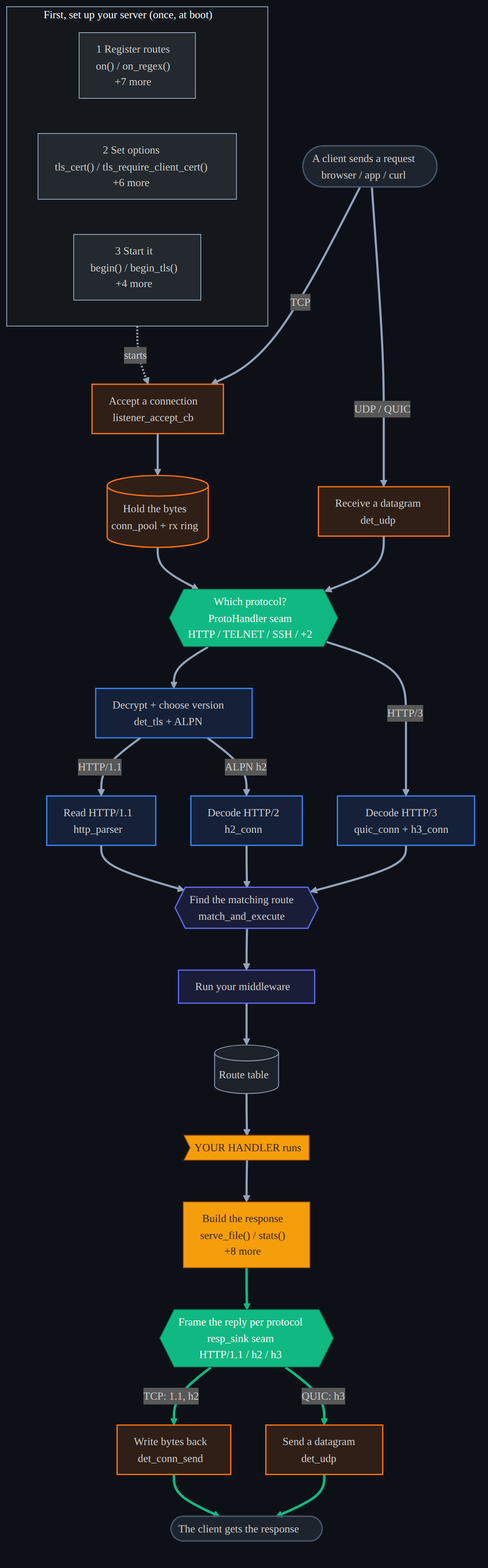
This is docs/diagrams/api_flow.dark.png from dstroy0/DeterministicESPAsyncWebServer, a Mermaid export, as it was before one commit. Its source is kept beside it as docs/diagrams/api_flow.mmd.
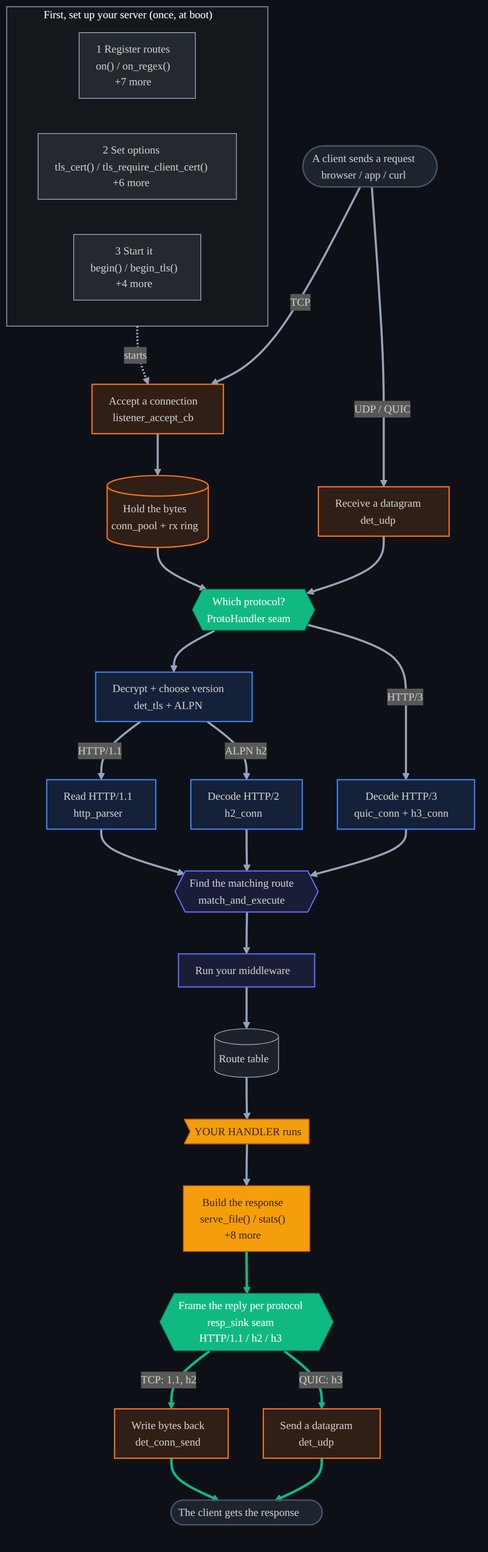
After the commit.

Diff of the diagram source:
```diff
@@ -11,7 +11,7 @@
   listen["Accept a connection<br/>listener_accept_cb"]
   ring[("Hold the bytes<br/>conn_pool + rx ring")]
   udprx["Receive a datagram<br/>det_udp"]
-  seam{{"Which protocol?<br/>ProtoHandler seam<br/>HTTP / TELNET / SSH / +2"}}
+  seam{{"Which protocol?<br/>ProtoHandler seam<br/>"}}
   tls["Decrypt + choose version<br/>det_tls + ALPN"]
   parser["Read HTTP/1.1<br/>http_parser"]
   h2["Decode HTTP/2<br/>h2_conn"]
```
